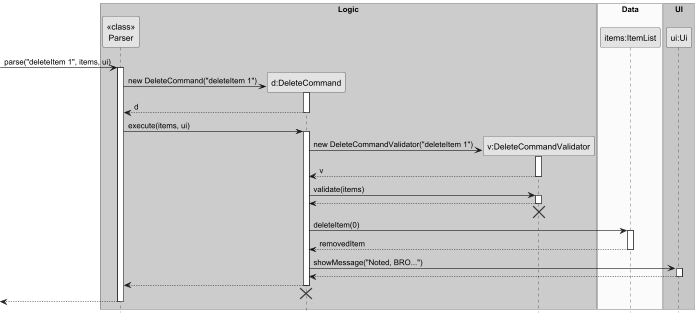
Before: docs/diagrams/DeleteSequenceDiagram.png, a diagram exported from PlantUML (fmohamedfaras/tp).
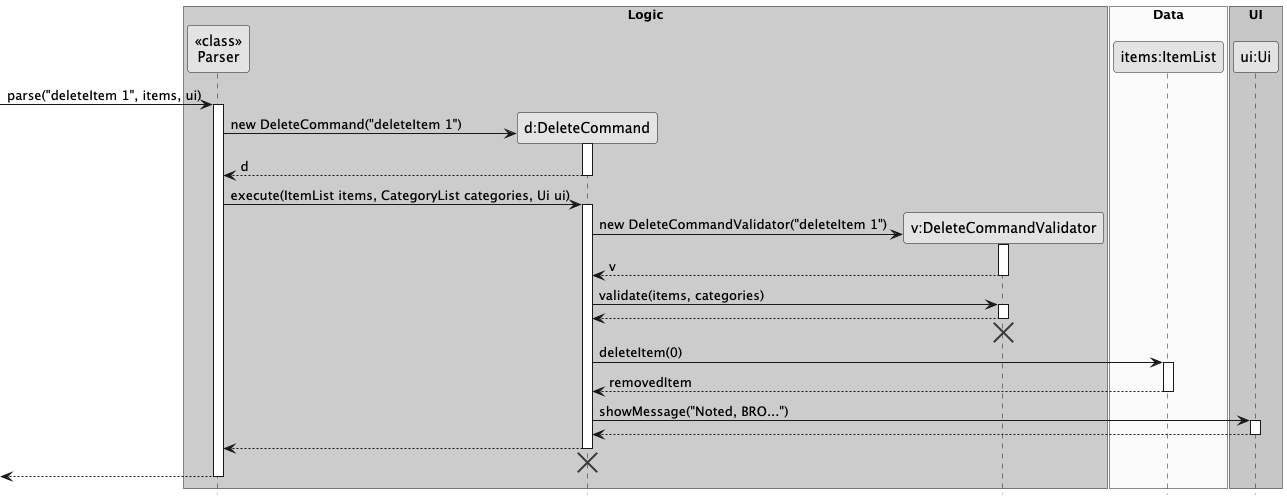
After the commit.

What changed in the source:
```diff
@@ -26,7 +26,7 @@
 DeleteCommand --> Parser : d
 deactivate DeleteCommand
 
-Parser -> DeleteCommand : execute(items, ui)
+Parser -> DeleteCommand : execute(ItemList items, CategoryList categories, Ui ui)
 activate DeleteCommand
 
 create DeleteCommandValidator
@@ -35,7 +35,7 @@
 DeleteCommandValidator --> DeleteCommand : v
 deactivate DeleteCommandValidator
 
-DeleteCommand -> DeleteCommandValidator : validate(items)
+DeleteCommand -> DeleteCommandValidator : validate(items, categories)
 activate DeleteCommandValidator
 DeleteCommandValidator --> DeleteCommand
 deactivate DeleteCommandValidator
```
